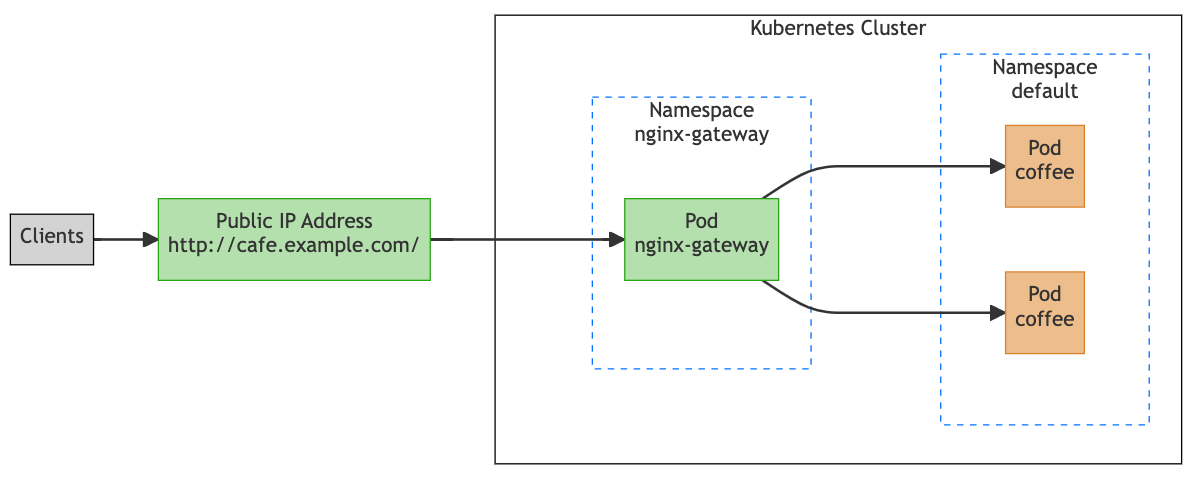
Above: docs/images/route-all-traffic-flow.png in nginxinc/nginx-gateway-fabric (Mermaid), before the change. Its source is kept beside it as docs/images/source/route-all-traffic-flow.mermaid.
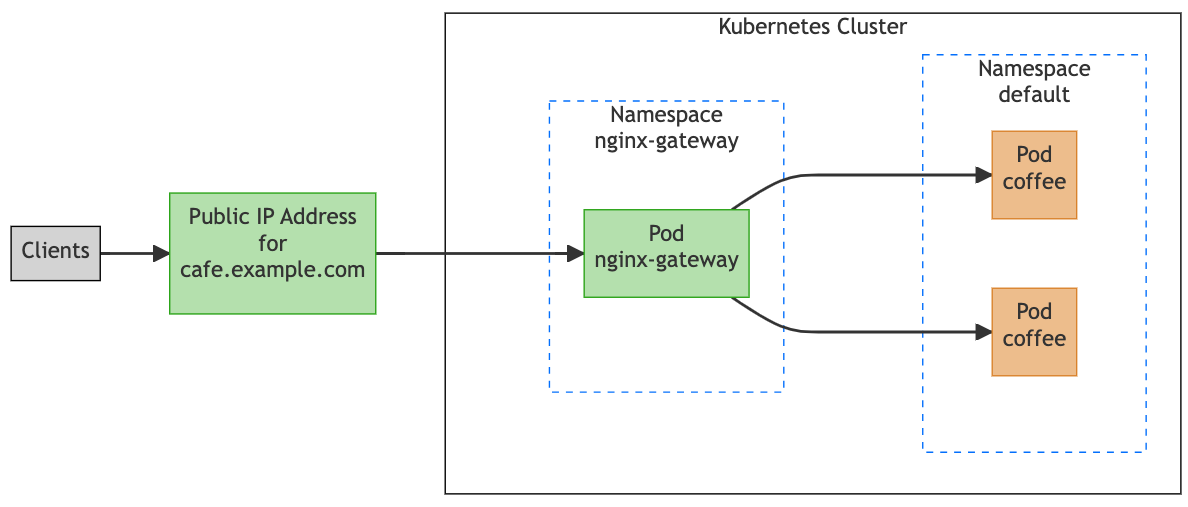
Above is the later version.

Commit message:
Update traffic flow diagram

The edit, as a diff of the source:
```diff
@@ -1,6 +1,6 @@
 graph LR
   clients[Clients]
-  nkgSvc["Public IP Address\nhttp://cafe.example.com/"]
+  nkgSvc["Public IP Address\nfor\ncafe.example.com"]
 
     subgraph cluster [Kubernetes Cluster]
         style cluster fill:#FFFFFF,stroke:#000000
```
